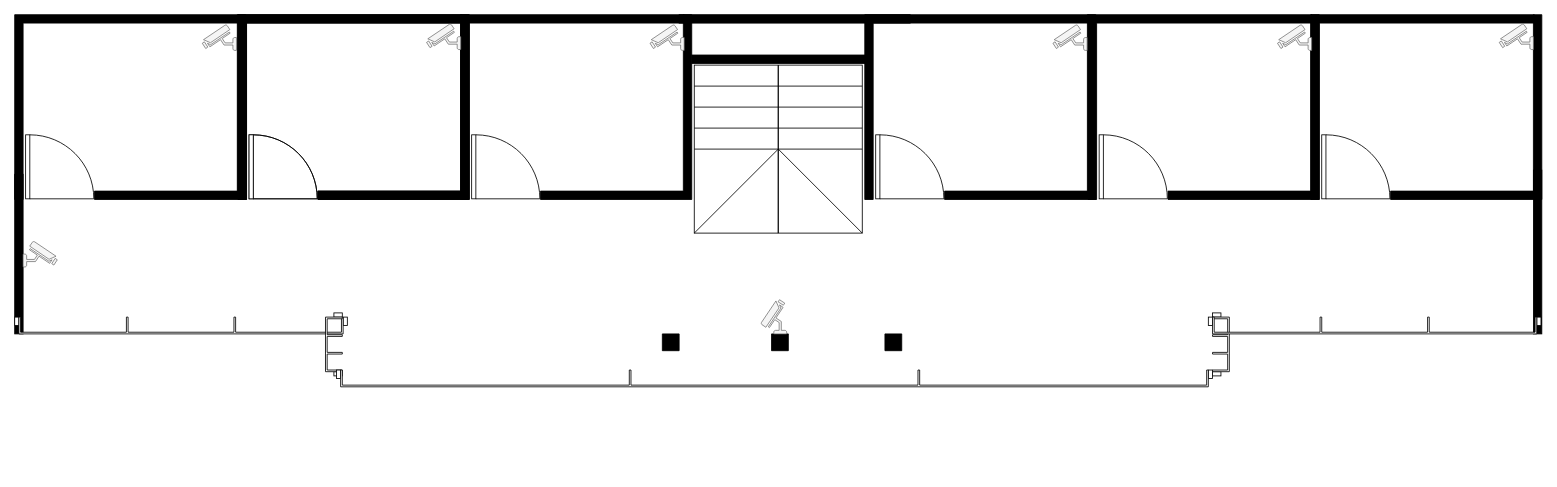
Earlier version of the draw.io diagram page "2nd - floor" (1 of 4) of Diagram Tanpa Judul.drawio (mohammadrifanmushlih17/My-Project-Draw). Source tidied: cells renumbered, new cells numbered last; positions are measured from the earlier drawing's top-left corner, leaving out a move shared by most shapes. Both pictures are drawn from the tidied source at 84%, with x=0, y=0 at pixel (14, 14).
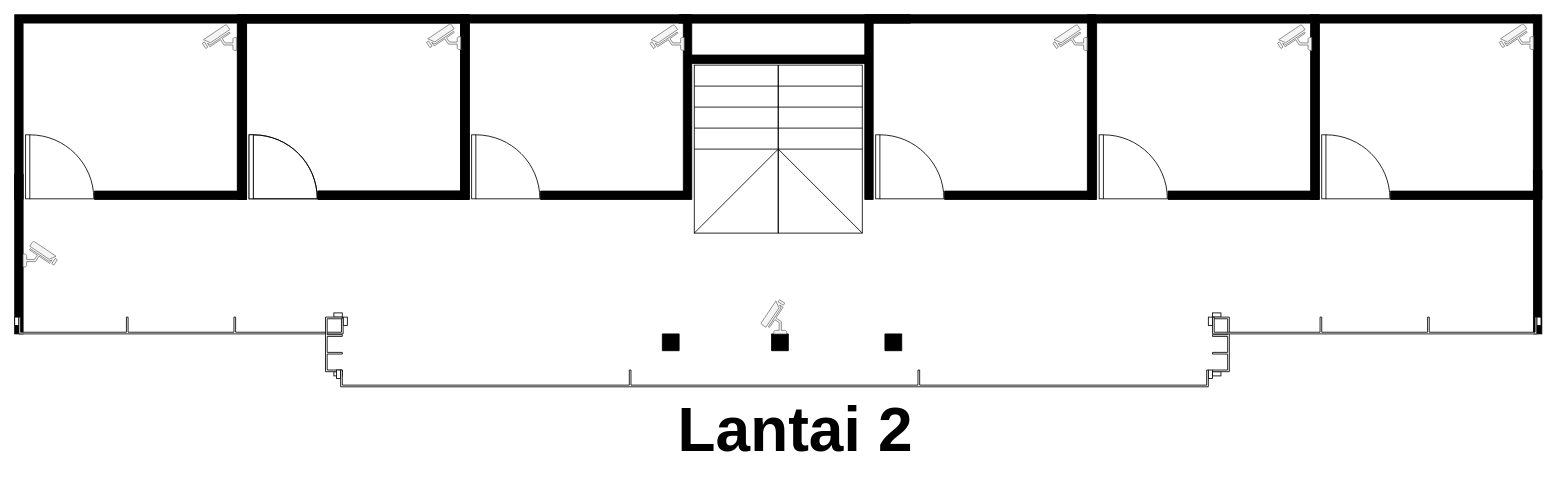
The same diagram, later.

Diff of the diagram source:
```diff
@@
+    <mxCell id="49" value="&lt;b&gt;Lantai 2&lt;/b&gt;" style="text;html=1;align=center;verticalAlign=middle;strokeColor=none;fillColor=none;fontSize=74;" parent="1" vertex="1">
+      <mxGeometry x="778.5" y="445" width="300" height="100" as="geometry" />
+    </mxCell>
```
